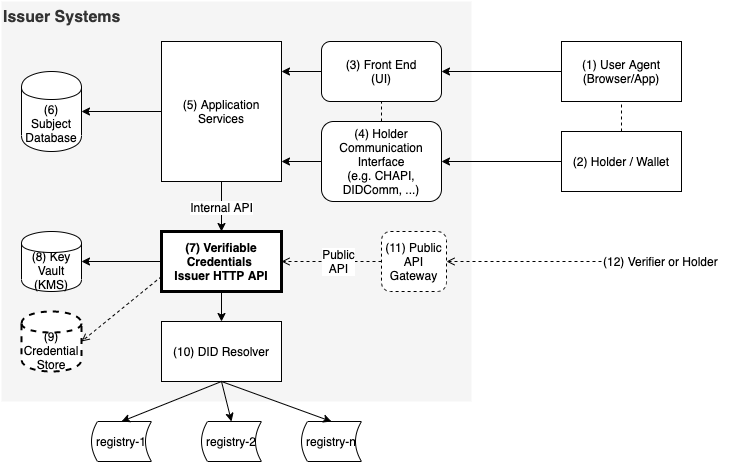
This is images/vc-issuer-http-api.png from w3c-ccg/vc-issuer-http-api, a draw.io export, as it was before one commit. Source tidied: cells renumbered, new cells last; positions are measured from the earlier drawing's top-left corner, leaving out a move shared by most shapes.
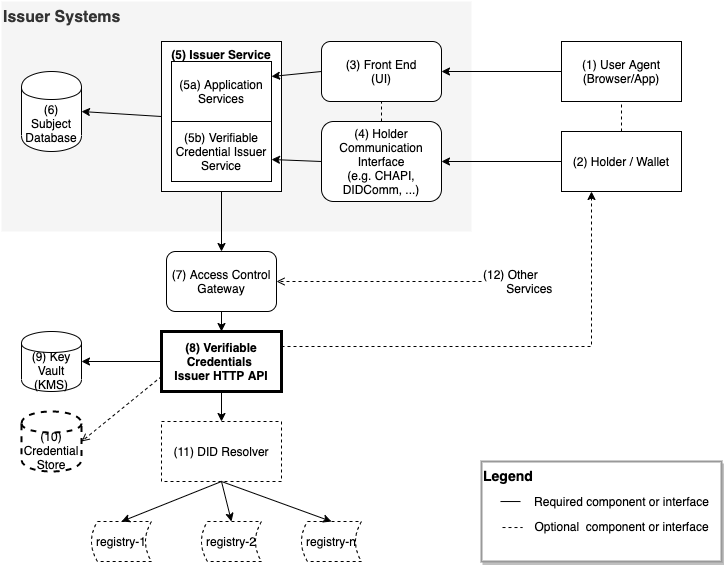
Later version of the same file.

What changed in the source:
```diff
@@ -3,7 +3,7 @@
     <mxCell id="0" />
     <mxCell id="1" parent="0" />
     <mxCell id="2" value="Issuer Systems" style="rounded=0;whiteSpace=wrap;html=1;strokeWidth=2;fillColor=#f5f5f5;strokeColor=none;fontColor=#333333;align=left;verticalAlign=top;fontStyle=1;fontSize=16;" parent="1" vertex="1">
-      <mxGeometry width="470" height="400" as="geometry" />
+      <mxGeometry width="470" height="230" as="geometry" />
     </mxCell>
     <mxCell id="3" value="(3) Front End&lt;br&gt;(UI)" style="rounded=1;whiteSpace=wrap;html=1;" parent="1" vertex="1">
       <mxGeometry x="320" y="40" width="120" height="60" as="geometry" />
@@ -11,52 +11,47 @@
     <mxCell id="4" value="(4) Holder Communication&lt;br&gt;Interface&lt;br&gt;(e.g. CHAPI, DIDComm, ...)" style="rounded=1;whiteSpace=wrap;html=1;" parent="1" vertex="1">
       <mxGeometry x="320" y="120" width="120" height="80" as="geometry" />
     </mxCell>
+    <mxCell id="36" style="edgeStyle=orthogonalEdgeStyle;rounded=0;jettySize=auto;html=1;exitX=0.5;exitY=1;exitDx=0;exitDy=0;entryX=0.5;entryY=0;entryDx=0;entryDy=0;" parent="1" edge="1" source="5" target="13">
+      <mxGeometry relative="1" as="geometry" />
+    </mxCell>
-    <mxCell id="5" value="(5) Application Services" style="rounded=0;whiteSpace=wrap;html=1;" parent="1" vertex="1">
-      <mxGeometry x="160" y="40" width="120" height="140" as="geometry" />
+    <mxCell id="5" value="(5) Issuer Service" style="rounded=0;whiteSpace=wrap;html=1;verticalAlign=top;fontStyle=1;" parent="1" vertex="1">
+      <mxGeometry x="160" y="40" width="120" height="150" as="geometry" />
     </mxCell>
     <mxCell id="6" value="(6) Subject&lt;br&gt;Database" style="shape=cylinder;whiteSpace=wrap;html=1;boundedLbl=1;backgroundOutline=1;" parent="1" vertex="1">
       <mxGeometry x="20" y="70" width="60" height="80" as="geometry" />
     </mxCell>
+    <mxCell id="37" style="edgeStyle=orthogonalEdgeStyle;rounded=0;jettySize=auto;html=1;exitX=1;exitY=0.25;exitDx=0;exitDy=0;entryX=0.25;entryY=1;entryDx=0;entryDy=0;dashed=1;" parent="1" edge="1" source="7" target="29">
+      <mxGeometry relative="1" as="geometry" />
+    </mxCell>
-    <mxCell id="7" value="(7) Verifiable&lt;br&gt;Credentials &lt;br&gt;Issuer HTTP API" style="rounded=0;whiteSpace=wrap;html=1;strokeWidth=3;fontStyle=1;" parent="1" vertex="1">
-      <mxGeometry x="160" y="230" width="120" height="60" as="geometry" />
+    <mxCell id="7" value="(8) Verifiable&lt;br&gt;Credentials &lt;br&gt;Issuer HTTP API" style="rounded=0;whiteSpace=wrap;html=1;strokeWidth=3;fontStyle=1;" parent="1" vertex="1">
+      <mxGeometry x="160" y="330" width="120" height="60" as="geometry" />
     </mxCell>
-    <mxCell id="8" value="(10) DID Resolver" style="rounded=0;whiteSpace=wrap;html=1;" parent="1" vertex="1">
-      <mxGeometry x="160" y="320" width="120" height="60" as="geometry" />
+    <mxCell id="8" value="(11) DID Resolver" style="rounded=0;whiteSpace=wrap;html=1;dashed=1;" parent="1" vertex="1">
+      <mxGeometry x="160" y="420" width="120" height="60" as="geometry" />
     </mxCell>
-    <mxCell id="9" value="(9) Credential Store" style="shape=cylinder;whiteSpace=wrap;html=1;boundedLbl=1;backgroundOutline=1;dashed=1;strokeWidth=2;" parent="1" vertex="1">
-      <mxGeometry x="20" y="310" width="60" height="60" as="geometry" />
+    <mxCell id="9" value="(10) Credential Store" style="shape=cylinder;whiteSpace=wrap;html=1;boundedLbl=1;backgroundOutline=1;dashed=1;strokeWidth=2;" parent="1" vertex="1">
+      <mxGeometry x="20" y="410" width="60" height="60" as="geometry" />
     </mxCell>
-    <mxCell id="10" value="registry-1" style="shape=dataStorage;whiteSpace=wrap;html=1;" parent="1" vertex="1">
-      <mxGeometry x="90" y="420" width="60" height="40" as="geometry" />
+    <mxCell id="10" value="registry-1" style="shape=dataStorage;whiteSpace=wrap;html=1;dashed=1;" parent="1" vertex="1">
+      <mxGeometry x="90" y="520" width="60" height="40" as="geometry" />
     </mxCell>
-    <mxCell id="11" value="registry-n" style="shape=dataStorage;whiteSpace=wrap;html=1;" parent="1" vertex="1">
-      <mxGeometry x="300" y="420" width="60" height="40" as="geometry" />
+    <mxCell id="11" value="registry-n" style="shape=dataStorage;whiteSpace=wrap;html=1;dashed=1;" parent="1" vertex="1">
+      <mxGeometry x="300" y="520" width="60" height="40" as="geometry" />
     </mxCell>
-    <mxCell id="12" value="registry-2" style="shape=dataStorage;whiteSpace=wrap;html=1;" parent="1" vertex="1">
-      <mxGeometry x="200" y="420" width="60" height="40" as="geometry" />
+    <mxCell id="12" value="registry-2" style="shape=dataStorage;whiteSpace=wrap;html=1;dashed=1;" parent="1" vertex="1">
+      <mxGeometry x="200" y="520" width="60" height="40" as="geometry" />
     </mxCell>
+    <mxCell id="14" style="edgeStyle=orthogonalEdgeStyle;rounded=0;jettySize=auto;html=1;exitX=0.5;exitY=1;exitDx=0;exitDy=0;" parent="1" edge="1" source="13" target="7">
+      <mxGeometry relative="1" as="geometry" />
+    </mxCell>
-    <mxCell id="13" value="(11) Public API&lt;br&gt;Gateway" style="rounded=1;whiteSpace=wrap;html=1;dashed=1;" parent="1" vertex="1">
-      <mxGeometry x="380" y="230" width="65" height="60" as="geometry" />
+    <mxCell id="13" value="(7) Access Control&lt;br&gt;Gateway" style="rounded=1;whiteSpace=wrap;html=1;" parent="1" vertex="1">
+      <mxGeometry x="165" y="250" width="110" height="60" as="geometry" />
     </mxCell>
-    <mxCell id="14" style="endArrow=open;dashed=1;html=1;exitX=0;exitY=0.5;exitDx=0;exitDy=0;endFill=0;entryX=1;entryY=0.5;entryDx=0;entryDy=0;" parent="1" edge="1" source="13" target="7">
-      <mxGeometry relative="1" as="geometry" />
-    </mxCell>
-    <mxCell id="15" value="Public&lt;br&gt;API" style="text;html=1;align=center;verticalAlign=middle;labelBackgroundColor=#ffffff;fontSize=12;" parent="14" vertex="1">
-      <mxGeometry x="-0.11" y="-1" relative="1" as="geometry" />
-    </mxCell>
-    <mxCell id="16" style="endArrow=open;dashed=1;html=1;entryX=1;entryY=0.5;entryDx=0;entryDy=0;endFill=0;" parent="1" edge="1" target="13">
-      <mxGeometry relative="1" as="geometry">
-        <mxPoint x="600" y="260" as="sourcePoint" />
-      </mxGeometry>
+    <mxCell id="16" style="endArrow=open;dashed=1;html=1;entryX=1;entryY=0.5;entryDx=0;entryDy=0;endFill=0;exitX=0;exitY=0.5;exitDx=0;exitDy=0;" parent="1" edge="1" source="35" target="13">
+      <mxGeometry relative="1" as="geometry" />
     </mxCell>
-    <mxCell id="17" style="endArrow=classic;html=1;exitX=0.5;exitY=1;exitDx=0;exitDy=0;" parent="1" edge="1" source="5" target="7">
-      <mxGeometry relative="1" as="geometry" />
-    </mxCell>
-    <mxCell id="18" value="Internal API" style="text;html=1;align=center;verticalAlign=middle;labelBackgroundColor=#ffffff;fontSize=12;" parent="17" vertex="1">
-      <mxGeometry y="-1" relative="1" as="geometry" />
-    </mxCell>
-    <mxCell id="19" value="(8) Key Vault&lt;br&gt;(KMS)" style="shape=cylinder;whiteSpace=wrap;html=1;boundedLbl=1;backgroundOutline=1;" parent="1" vertex="1">
-      <mxGeometry x="20" y="230" width="60" height="60" as="geometry" />
+    <mxCell id="19" value="(9) Key Vault&lt;br&gt;(KMS)" style="shape=cylinder;whiteSpace=wrap;html=1;boundedLbl=1;backgroundOutline=1;" parent="1" vertex="1">
+      <mxGeometry x="20" y="330" width="60" height="60" as="geometry" />
     </mxCell>
     <mxCell id="20" style="endArrow=classic;html=1;exitX=0.5;exitY=1;exitDx=0;exitDy=0;entryX=0.5;entryY=0;entryDx=0;entryDy=0;" parent="1" edge="1" source="8" target="11">
       <mxGeometry relative="1" as="geometry" />
@@ -76,15 +71,11 @@
     <mxCell id="25" style="endArrow=classic;html=1;exitX=0.5;exitY=1;exitDx=0;exitDy=0;entryX=0.5;entryY=0;entryDx=0;entryDy=0;" parent="1" edge="1" source="7" target="8">
       <mxGeometry relative="1" as="geometry" />
     </mxCell>
-    <mxCell id="26" style="endArrow=classic;html=1;exitX=0;exitY=0.5;exitDx=0;exitDy=0;" parent="1" edge="1" source="3">
-      <mxGeometry relative="1" as="geometry">
-        <mxPoint x="280" y="70" as="targetPoint" />
-      </mxGeometry>
+    <mxCell id="26" style="endArrow=classic;html=1;exitX=0;exitY=0.5;exitDx=0;exitDy=0;entryX=1;entryY=0.25;entryDx=0;entryDy=0;" parent="1" edge="1" source="3" target="38">
+      <mxGeometry relative="1" as="geometry" />
     </mxCell>
-    <mxCell id="27" style="endArrow=classic;html=1;exitX=0;exitY=0.5;exitDx=0;exitDy=0;" parent="1" edge="1" source="4">
-      <mxGeometry relative="1" as="geometry">
-        <mxPoint x="280" y="160" as="targetPoint" />
-      </mxGeometry>
+    <mxCell id="27" style="endArrow=classic;html=1;exitX=0;exitY=0.5;exitDx=0;exitDy=0;entryX=1;entryY=0.633;entryDx=0;entryDy=0;entryPerimeter=0;" parent="1" edge="1" source="4" target="39">
+      <mxGeometry relative="1" as="geometry" />
     </mxCell>
     <mxCell id="28" style="endArrow=classic;html=1;entryX=1;entryY=0.5;entryDx=0;entryDy=0;exitX=0;exitY=0.5;exitDx=0;exitDy=0;" parent="1" edge="1" source="5" target="6">
       <mxGeometry relative="1" as="geometry" />
@@ -109,8 +100,35 @@
         <mxPoint x="380" y="120" as="sourcePoint" />
       </mxGeometry>
     </mxCell>
-    <mxCell id="35" value="(12) Verifier or Holder" style="text;html=1;strokeColor=none;fillColor=none;align=left;verticalAlign=middle;whiteSpace=wrap;rounded=0;fontSize=12;" parent="1" vertex="1">
-      <mxGeometry x="600" y="250" width="140" height="20" as="geometry" />
+    <mxCell id="35" value="(12) Other&lt;br&gt;&amp;nbsp; &amp;nbsp; &amp;nbsp; &amp;nbsp;Services" style="text;html=1;strokeColor=none;fillColor=none;align=left;verticalAlign=middle;whiteSpace=wrap;rounded=0;fontSize=12;" parent="1" vertex="1">
+      <mxGeometry x="480" y="270" width="140" height="20" as="geometry" />
     </mxCell>
+    <mxCell id="38" value="(5a) Application Services" style="rounded=0;whiteSpace=wrap;html=1;" parent="1" vertex="1">
+      <mxGeometry x="170" y="60" width="100" height="60" as="geometry" />
+    </mxCell>
+    <mxCell id="39" value="(5b) Verifiable Credential Issuer Service" style="rounded=0;whiteSpace=wrap;html=1;" parent="1" vertex="1">
+      <mxGeometry x="170" y="120" width="100" height="60" as="geometry" />
+    </mxCell>
+    <mxCell id="40" value="&lt;b&gt;&lt;font style=&quot;font-size: 14px&quot;&gt;Legend&lt;/font&gt;&lt;/b&gt;" style="rounded=0;whiteSpace=wrap;html=1;strokeWidth=2;strokeColor=#999999;align=left;verticalAlign=top;glass=0;comic=0;shadow=1;" parent="1" vertex="1">
+      <mxGeometry x="480" y="460" width="240" height="100" as="geometry" />
+    </mxCell>
+    <mxCell id="41" style="endArrow=none;html=1;exitX=0.15;exitY=0.308;exitDx=0;exitDy=0;exitPerimeter=0;entryX=0.25;entryY=0.308;entryDx=0;entryDy=0;entryPerimeter=0;" parent="1" edge="1">
+      <mxGeometry relative="1" as="geometry">
+        <mxPoint x="499" y="500" as="sourcePoint" />
+        <mxPoint x="519" y="500" as="targetPoint" />
+      </mxGeometry>
+    </mxCell>
+    <mxCell id="42" value="Required component or interface" style="text;html=1;align=center;verticalAlign=middle;" parent="1" vertex="1">
+      <mxGeometry x="525" y="490" width="190" height="20" as="geometry" />
+    </mxCell>
+    <mxCell id="43" style="endArrow=none;html=1;exitX=0.15;exitY=0.308;exitDx=0;exitDy=0;exitPerimeter=0;entryX=0.25;entryY=0.308;entryDx=0;entryDy=0;entryPerimeter=0;dashed=1;" parent="1" edge="1">
+      <mxGeometry relative="1" as="geometry">
+        <mxPoint x="501" y="526" as="sourcePoint" />
+        <mxPoint x="521" y="526" as="targetPoint" />
+      </mxGeometry>
+    </mxCell>
+    <mxCell id="44" value="Optional&amp;nbsp; component or interface" style="text;html=1;align=center;verticalAlign=middle;" parent="1" vertex="1">
+      <mxGeometry x="525" y="515" width="190" height="20" as="geometry" />
+    </mxCell>
   </root>
 </mxGraphModel>
```
